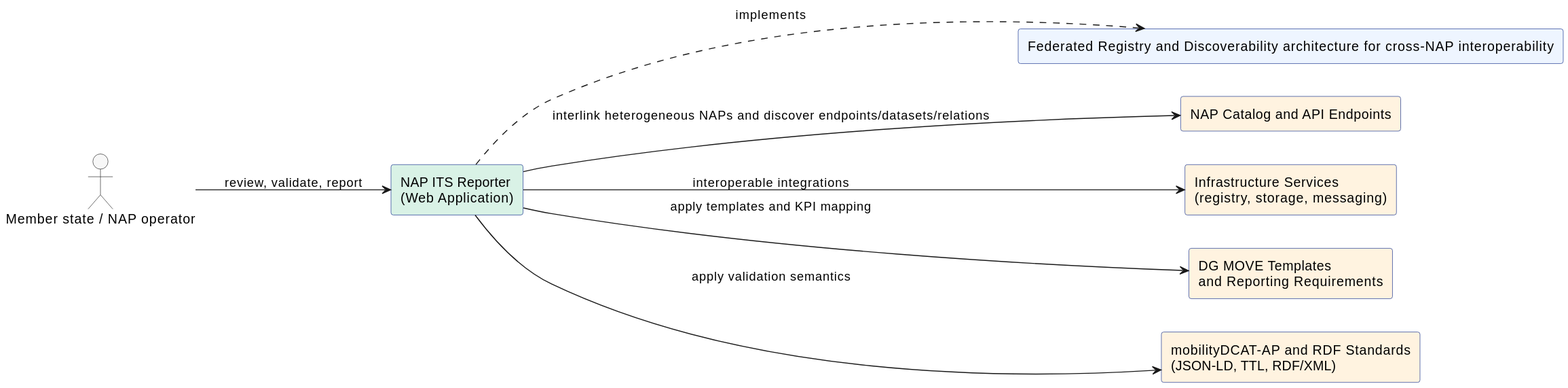
The PlantUML diagram docs/architecture/svg/system-context.svg in UM-KGPI/Napcore-ITS-Reporting, before a commit.
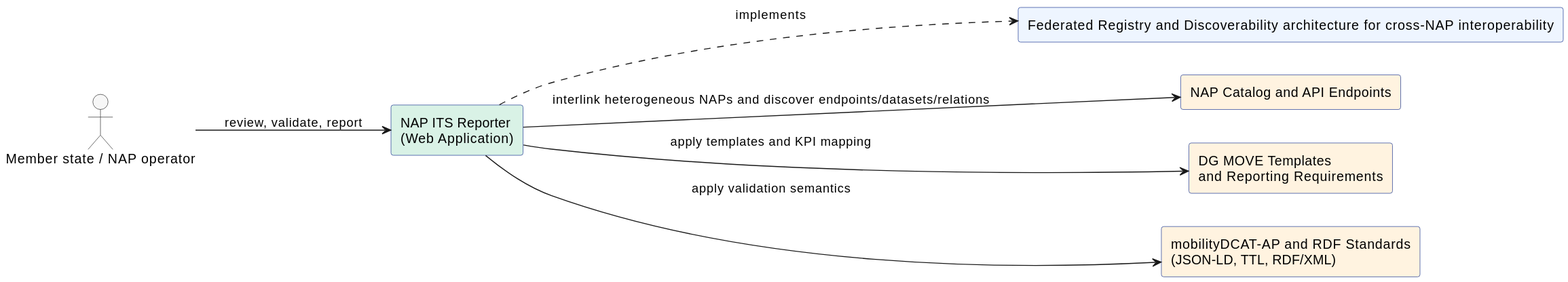
The same diagram one commit later.

Diff of the diagram source:
```diff
@@ -19,7 +19,6 @@
 rectangle "Federated Registry and Discoverability architecture for cross-NAP interoperability" as PATTERN #eef5ff
 
 rectangle "NAP Catalog and API Endpoints" as NAP #fff3e0
-rectangle "Infrastructure Services\n(registry, storage, messaging)" as INFRA #fff3e0
 rectangle "DG MOVE Templates\nand Reporting Requirements" as DGMOVE #fff3e0
 rectangle "mobilityDCAT-AP and RDF Standards\n(JSON-LD, TTL, RDF/XML)" as STD #fff3e0
 
@@ -27,7 +26,6 @@
 APP ..> PATTERN : implements
 
 APP --> NAP : interlink heterogeneous NAPs and discover endpoints/datasets/relations
-APP --> INFRA : interoperable integrations
 APP --> DGMOVE : apply templates and KPI mapping
 APP --> STD : apply validation semantics
 @enduml
```
